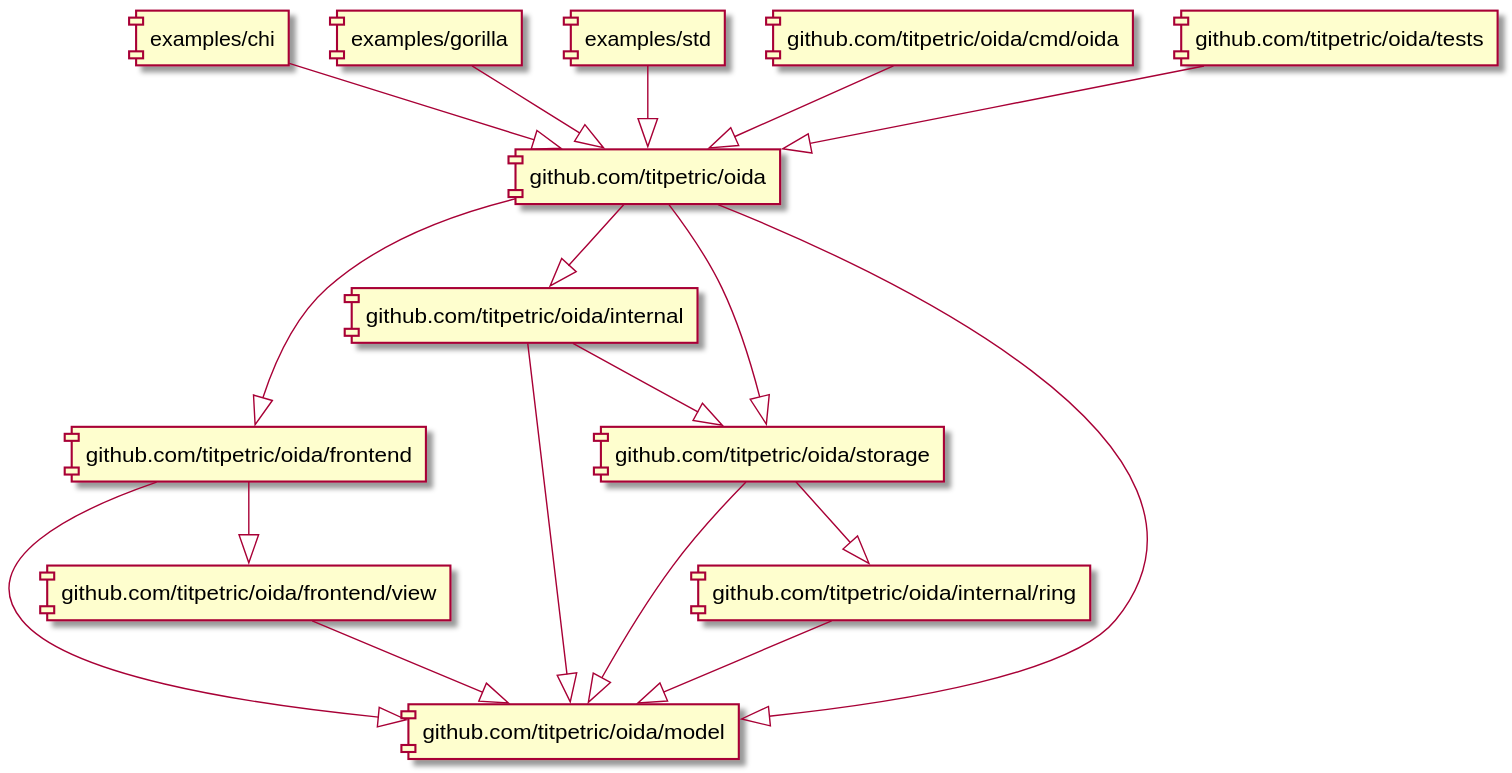
The PlantUML diagram docs/assets/imports.svg in titpetric/oida, before a commit.
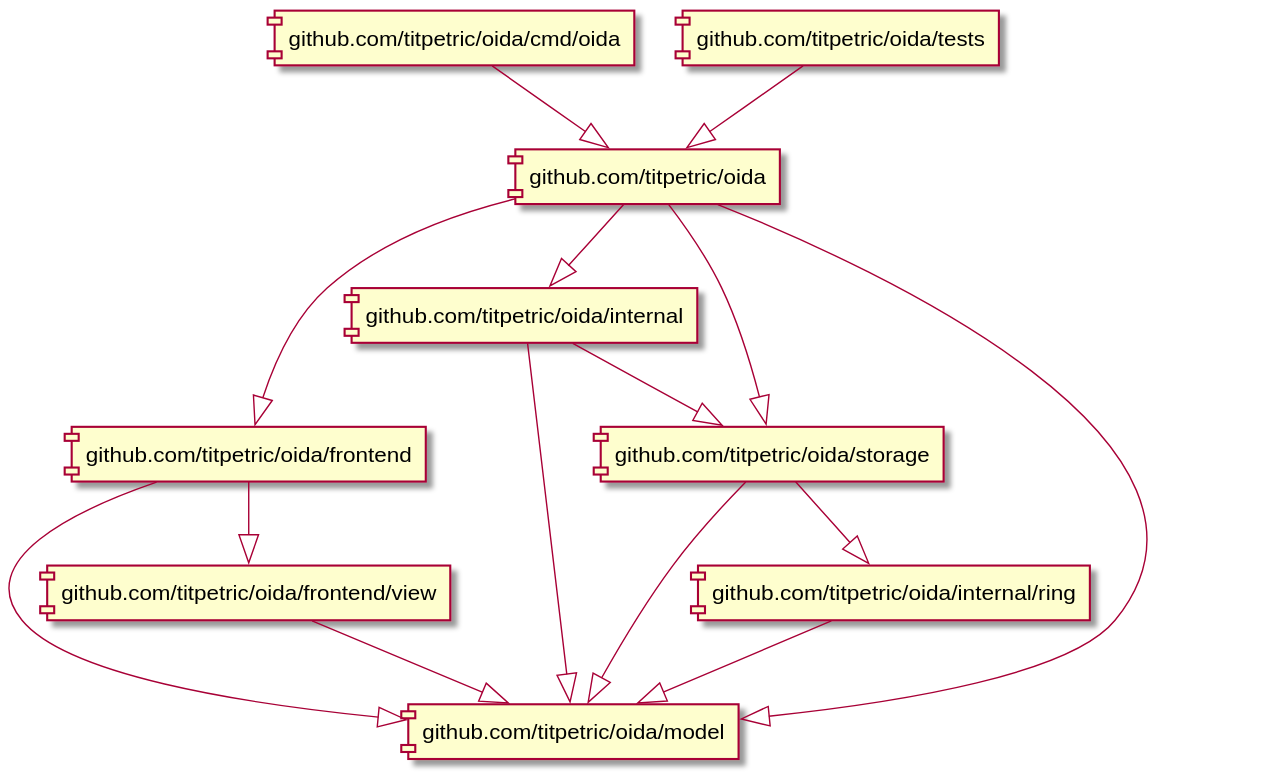
Later version of the same file.

The edit, as a diff of the source:
```diff
@@ -1,7 +1,4 @@
 @startuml
-[examples/chi] --|> [github.com/titpetric/oida]
-[examples/gorilla] --|> [github.com/titpetric/oida]
-[examples/std] --|> [github.com/titpetric/oida]
 [github.com/titpetric/oida] --|> [github.com/titpetric/oida/frontend]
 [github.com/titpetric/oida] --|> [github.com/titpetric/oida/internal]
 [github.com/titpetric/oida] --|> [github.com/titpetric/oida/model]
```
